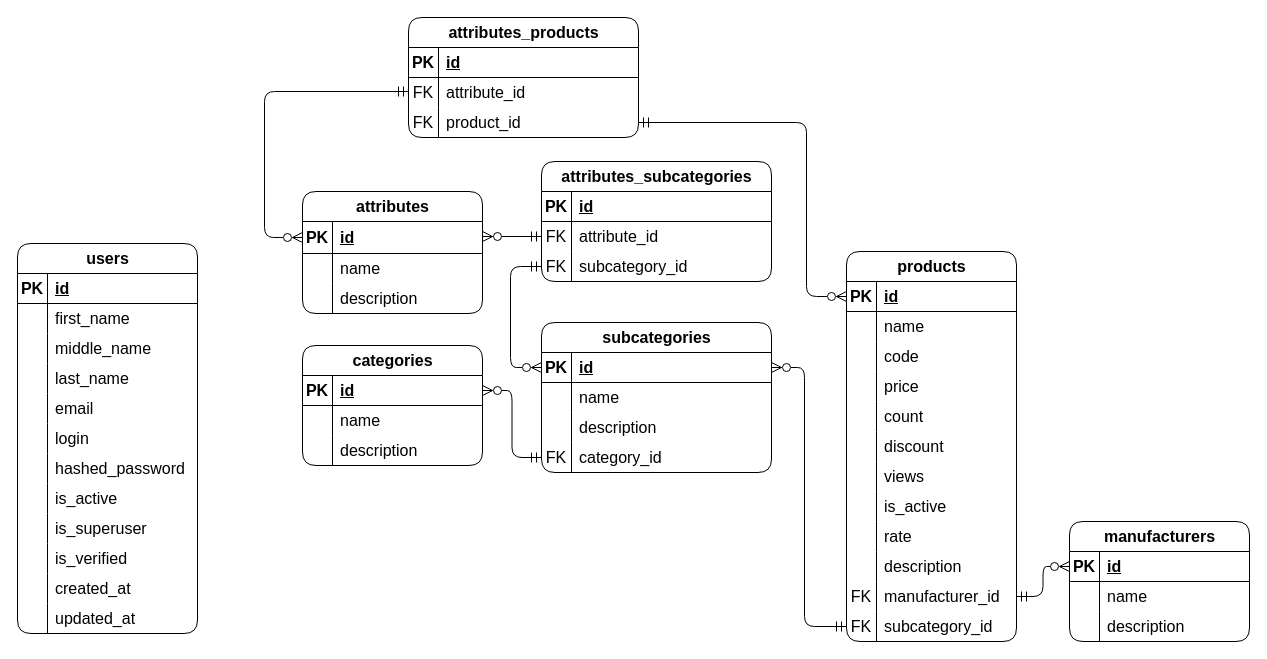
Before: docs/online_store.drawio in sonochiwa/ozon-clone-backend, a draw.io diagram. Source tidied: cells renumbered, new cells numbered last; positions are measured from the earlier drawing's top-left corner, leaving out a move shared by most shapes. Both pictures are drawn from the tidied source at 100%, with x=0, y=0 at pixel (17, 17).
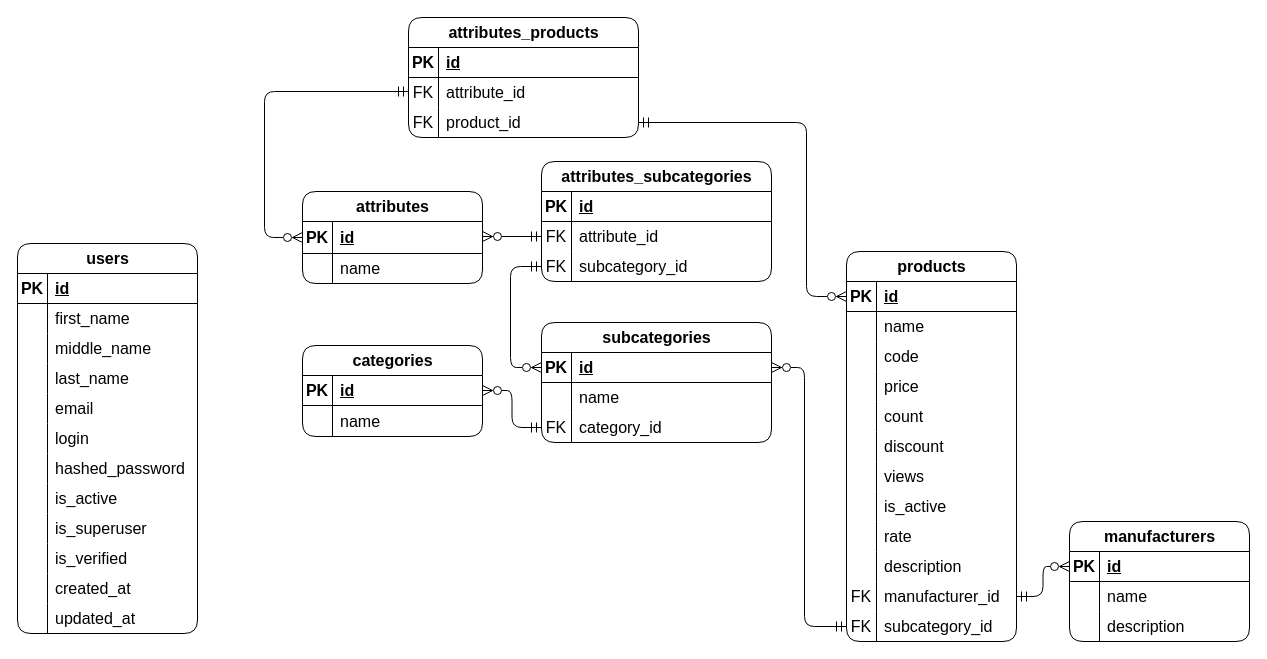
The same diagram, later.

Change to the diagram source:
```diff
@@
     <mxCell id="2" value="categories" style="shape=table;startSize=30;childLayout=tableLayout;rowLines=0;fontStyle=1;align=center;html=1;fontSize=16;rounded=1;labelBackgroundColor=none;" parent="1" vertex="1">
-      <mxGeometry x="285" y="328" width="180" height="120" as="geometry" />
+      <mxGeometry x="285" y="328" width="180" height="91" as="geometry" />
     </mxCell>
@@
     <mxCell id="6" style="shape=tableRow;horizontal=0;startSize=0;swimlaneHead=0;swimlaneBody=0;fillColor=none;top=0;left=0;right=0;bottom=0;fontSize=16;labelBackgroundColor=none;" parent="2" vertex="1">
-      <mxGeometry y="60" width="180" height="30" as="geometry" />
+      <mxGeometry y="60" width="180" height="31" as="geometry" />
     </mxCell>
     <mxCell id="7" style="shape=partialRectangle;fillColor=none;top=0;left=0;bottom=0;right=0;overflow=hidden;whiteSpace=wrap;html=1;fontSize=16;labelBackgroundColor=none;" parent="6" vertex="1">
-      <mxGeometry width="30" height="30" as="geometry" />
+      <mxGeometry width="30" height="31" as="geometry" />
     </mxCell>
     <mxCell id="8" value="name" style="shape=partialRectangle;fillColor=none;top=0;left=0;bottom=0;right=0;align=left;spacingLeft=6;overflow=hidden;whiteSpace=wrap;html=1;fontSize=16;labelBackgroundColor=none;" parent="6" vertex="1">
-      <mxGeometry x="30" width="150" height="30" as="geometry" />
+      <mxGeometry x="30" width="150" height="31" as="geometry" />
     </mxCell>
-    <mxCell id="9" style="shape=tableRow;horizontal=0;startSize=0;swimlaneHead=0;swimlaneBody=0;fillColor=none;top=0;left=0;right=0;bottom=0;fontSize=16;labelBackgroundColor=none;" parent="2" vertex="1">
-      <mxGeometry y="90" width="180" height="30" as="geometry" />
-    </mxCell>
-    <mxCell id="10" style="shape=partialRectangle;fillColor=none;top=0;left=0;bottom=0;right=0;overflow=hidden;whiteSpace=wrap;html=1;fontSize=16;labelBackgroundColor=none;" parent="9" vertex="1">
-      <mxGeometry width="30" height="30" as="geometry" />
-    </mxCell>
-    <mxCell id="11" value="description" style="shape=partialRectangle;fillColor=none;top=0;left=0;bottom=0;right=0;align=left;spacingLeft=6;overflow=hidden;whiteSpace=wrap;html=1;fontSize=16;labelBackgroundColor=none;" parent="9" vertex="1">
-      <mxGeometry x="30" width="150" height="30" as="geometry" />
-    </mxCell>
@@
     <mxCell id="49" value="subcategories" style="shape=table;startSize=30;childLayout=tableLayout;rowLines=0;fontStyle=1;align=center;html=1;fontSize=16;rounded=1;labelBackgroundColor=none;" parent="1" vertex="1">
-      <mxGeometry x="524" y="305" width="230" height="150" as="geometry" />
+      <mxGeometry x="524" y="305" width="230" height="120" as="geometry" />
     </mxCell>
@@
-    <mxCell id="56" style="shape=tableRow;horizontal=0;startSize=0;swimlaneHead=0;swimlaneBody=0;fillColor=none;top=0;left=0;right=0;bottom=0;fontSize=16;labelBackgroundColor=none;" parent="49" vertex="1">
-      <mxGeometry y="90" width="230" height="30" as="geometry" />
-    </mxCell>
-    <mxCell id="57" style="shape=partialRectangle;fillColor=none;top=0;left=0;bottom=0;right=0;overflow=hidden;whiteSpace=wrap;html=1;fontSize=16;labelBackgroundColor=none;" parent="56" vertex="1">
-      <mxGeometry width="30" height="30" as="geometry" />
-    </mxCell>
-    <mxCell id="58" value="description" style="shape=partialRectangle;fillColor=none;top=0;left=0;bottom=0;right=0;align=left;spacingLeft=6;overflow=hidden;whiteSpace=wrap;html=1;fontSize=16;labelBackgroundColor=none;" parent="56" vertex="1">
-      <mxGeometry x="30" width="200" height="30" as="geometry" />
-    </mxCell>
     <mxCell id="59" style="shape=tableRow;horizontal=0;startSize=0;swimlaneHead=0;swimlaneBody=0;fillColor=none;points=[[0,0.5],[1,0.5]];portConstraint=eastwest;top=0;left=0;right=0;bottom=0;fontSize=16;labelBackgroundColor=none;" parent="49" vertex="1">
-      <mxGeometry y="120" width="230" height="30" as="geometry" />
+      <mxGeometry y="90" width="230" height="30" as="geometry" />
     </mxCell>
@@
     <mxCell id="111" value="attributes" style="shape=table;startSize=30;childLayout=tableLayout;rowLines=0;fontStyle=1;align=center;html=1;fontSize=16;rounded=1;labelBackgroundColor=none;swimlaneFillColor=none;shadow=0;swimlaneLine=1;fillStyle=auto;" parent="1" vertex="1">
-      <mxGeometry x="285" y="174" width="180" height="122" as="geometry" />
+      <mxGeometry x="285" y="174" width="180" height="92" as="geometry" />
     </mxCell>
@@
-    <mxCell id="118" style="shape=tableRow;horizontal=0;startSize=0;swimlaneHead=0;swimlaneBody=0;fillColor=none;top=0;left=0;right=0;bottom=0;fontSize=16;labelBackgroundColor=none;" parent="111" vertex="1">
-      <mxGeometry y="92" width="180" height="30" as="geometry" />
-    </mxCell>
-    <mxCell id="119" style="shape=partialRectangle;fillColor=none;top=0;left=0;bottom=0;right=0;overflow=hidden;whiteSpace=wrap;html=1;fontSize=16;labelBackgroundColor=none;" parent="118" vertex="1">
-      <mxGeometry width="30" height="30" as="geometry" />
-    </mxCell>
-    <mxCell id="120" value="description" style="shape=partialRectangle;fillColor=none;top=0;left=0;bottom=0;right=0;align=left;spacingLeft=6;overflow=hidden;whiteSpace=wrap;html=1;fontSize=16;labelBackgroundColor=none;" parent="118" vertex="1">
-      <mxGeometry x="30" width="150" height="30" as="geometry" />
-    </mxCell>
```
